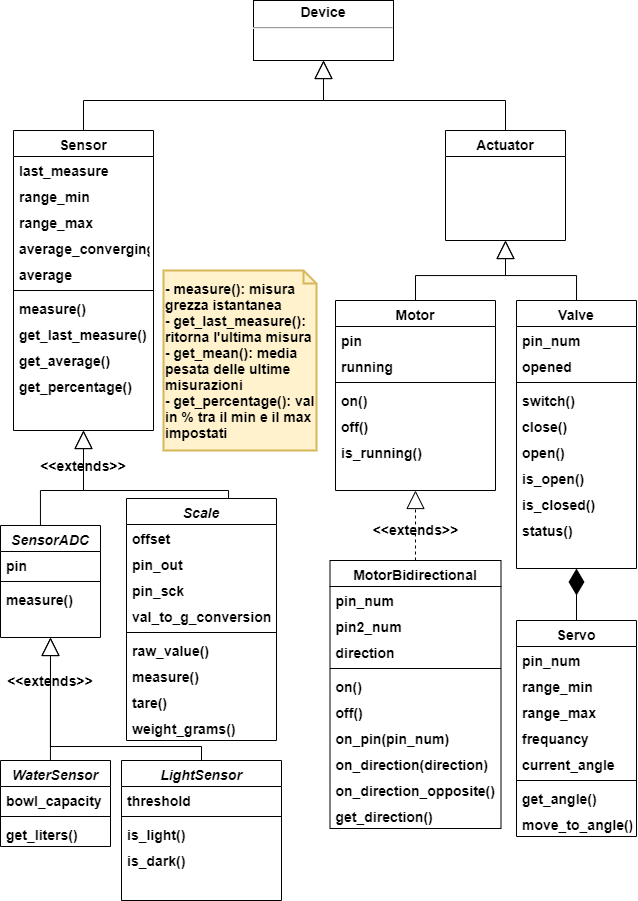
Above: DrawIo/ClassDiagram.png in SmartDogHouse/Report (draw.io), before the change. Source tidied: cells renumbered, new cells last; positions are measured from the earlier drawing's top-left corner, leaving out a move shared by most shapes.
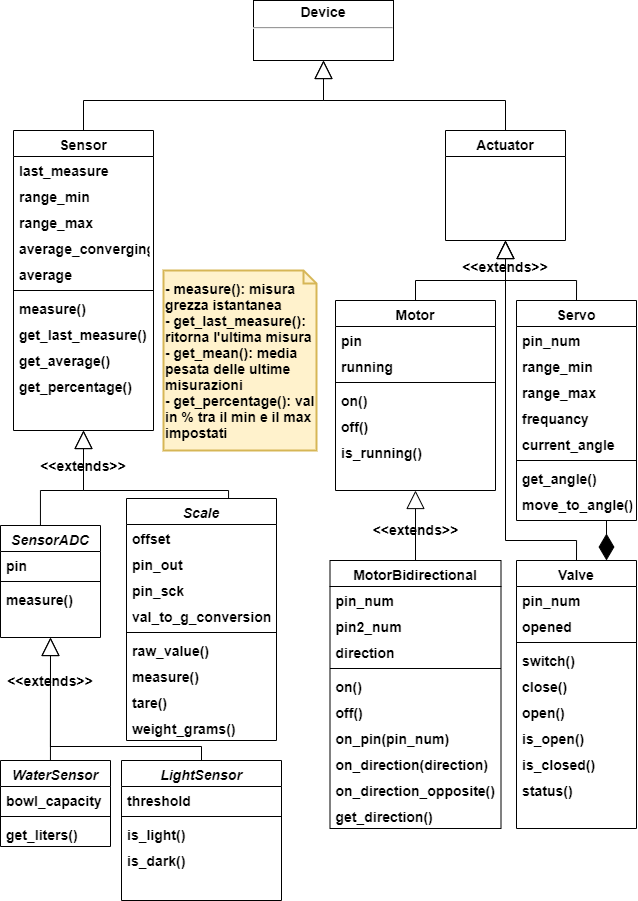
Above is the later version.

The edit, as a diff of the source:
```diff
@@ -26,7 +26,7 @@
       <mxGeometry y="86" width="160" height="26" as="geometry" />
     </mxCell>
     <mxCell id="8" value="Servo" style="swimlane;fontStyle=1;align=center;verticalAlign=top;horizontal=1;startSize=26;rounded=0;shadow=0;strokeWidth=1;fontSize=14;" parent="1" vertex="1">
-      <mxGeometry x="516" y="620" width="120" height="216" as="geometry" />
+      <mxGeometry x="516" y="300" width="120" height="220" as="geometry" />
     </mxCell>
     <mxCell id="9" value="pin_num" style="text;align=left;verticalAlign=top;spacingLeft=4;spacingRight=4;overflow=hidden;fontStyle=1;fontSize=14;" parent="8" vertex="1">
       <mxGeometry y="26" width="120" height="26" as="geometry" />
@@ -203,14 +203,14 @@
     <mxCell id="63" value="&amp;lt;&amp;lt;extends&amp;gt;&amp;gt;" style="text;html=1;align=center;verticalAlign=middle;whiteSpace=wrap;rounded=0;fontStyle=1;fontSize=14;" parent="1" vertex="1">
       <mxGeometry x="38" y="460" width="90" height="9" as="geometry" />
     </mxCell>
-    <mxCell id="64" value="&amp;lt;&amp;lt;extends&amp;gt;&amp;gt;" style="html=1;verticalAlign=bottom;labelBackgroundColor=none;endArrow=block;endFill=0;dashed=1;exitX=0.5;exitY=0;exitDx=0;exitDy=0;entryX=0.5;entryY=1;entryDx=0;entryDy=0;fontStyle=1;fontSize=14;rounded=0;endSize=16;" parent="1" edge="1" source="17" target="28">
+    <mxCell id="64" value="&amp;lt;&amp;lt;extends&amp;gt;&amp;gt;" style="html=1;verticalAlign=bottom;labelBackgroundColor=none;endArrow=block;endFill=0;exitX=0.5;exitY=0;exitDx=0;exitDy=0;entryX=0.5;entryY=1;entryDx=0;entryDy=0;fontStyle=1;fontSize=14;rounded=0;endSize=16;" parent="1" edge="1" source="17" target="28">
       <mxGeometry x="-0.43" relative="1" as="geometry" />
     </mxCell>
     <mxCell id="65" value="Actuator" style="swimlane;fontStyle=1;align=center;verticalAlign=top;horizontal=1;startSize=26;rounded=0;shadow=0;strokeWidth=1;fontSize=14;" parent="1" vertex="1">
       <mxGeometry x="445" y="130" width="120" height="110" as="geometry" />
     </mxCell>
     <mxCell id="66" value="Valve" style="swimlane;fontStyle=1;align=center;verticalAlign=top;horizontal=1;startSize=26;rounded=0;shadow=0;strokeWidth=1;fontSize=14;" parent="1" vertex="1">
-      <mxGeometry x="516" y="300" width="120" height="268" as="geometry" />
+      <mxGeometry x="516" y="560" width="120" height="268" as="geometry" />
     </mxCell>
     <mxCell id="67" value="pin_num" style="text;align=left;verticalAlign=top;spacingLeft=4;spacingRight=4;overflow=hidden;fontStyle=1;fontSize=14;" parent="66" vertex="1">
       <mxGeometry y="26" width="120" height="26" as="geometry" />
@@ -239,7 +239,7 @@
     <mxCell id="75" value="status()" style="text;align=left;verticalAlign=top;spacingLeft=4;spacingRight=4;overflow=hidden;rounded=0;shadow=0;html=0;fontStyle=1;fontSize=14;" parent="66" vertex="1">
       <mxGeometry y="216" width="120" height="26" as="geometry" />
     </mxCell>
-    <mxCell id="76" style="endArrow=diamondThin;endFill=1;endSize=24;html=1;exitX=0.5;exitY=0;exitDx=0;exitDy=0;entryX=0.5;entryY=1;entryDx=0;entryDy=0;fontStyle=1;fontSize=14;" parent="1" edge="1" source="8" target="66">
+    <mxCell id="76" style="endArrow=diamondThin;endFill=1;endSize=24;html=1;entryX=0.75;entryY=0;entryDx=0;entryDy=0;fontStyle=1;fontSize=14;exitX=0.75;exitY=1;exitDx=0;exitDy=0;" parent="1" edge="1" source="8" target="66">
       <mxGeometry relative="1" as="geometry" />
     </mxCell>
     <mxCell id="77" value="&lt;p style=&quot;margin: 4px 0px 0px; text-align: center; font-size: 14px;&quot;&gt;Device&lt;/p&gt;&lt;hr style=&quot;font-size: 14px;&quot;&gt;&lt;div style=&quot;height: 2px; font-size: 14px;&quot;&gt;&lt;/div&gt;" style="verticalAlign=top;align=left;overflow=fill;fontSize=14;fontFamily=Helvetica;html=1;fillColor=#ffffff;fontStyle=1;" parent="1" vertex="1">
@@ -252,10 +252,20 @@
       <mxGeometry relative="1" as="geometry" />
     </mxCell>
     <mxCell id="80" style="edgeStyle=orthogonalEdgeStyle;rounded=0;jettySize=auto;html=1;exitX=0.5;exitY=0;exitDx=0;exitDy=0;endArrow=block;endFill=0;endSize=16;fontStyle=1;fontSize=14;entryX=0.5;entryY=1;entryDx=0;entryDy=0;" parent="1" edge="1" source="66" target="65">
-      <mxGeometry relative="1" as="geometry" />
+      <mxGeometry relative="1" as="geometry">
+        <Array as="points">
+          <mxPoint x="576" y="540" />
+          <mxPoint x="505" y="540" />
+        </Array>
+      </mxGeometry>
     </mxCell>
     <mxCell id="81" style="edgeStyle=orthogonalEdgeStyle;rounded=0;jettySize=auto;html=1;exitX=0.5;exitY=0;exitDx=0;exitDy=0;endArrow=block;endFill=0;endSize=16;entryX=0.5;entryY=1;entryDx=0;entryDy=0;fontStyle=1;fontSize=14;" parent="1" edge="1" source="28" target="65">
-      <mxGeometry relative="1" as="geometry" />
+      <mxGeometry relative="1" as="geometry">
+        <Array as="points">
+          <mxPoint x="415" y="280" />
+          <mxPoint x="505" y="280" />
+        </Array>
+      </mxGeometry>
     </mxCell>
     <mxCell id="82" value="SensorADC" style="swimlane;fontStyle=3;align=center;verticalAlign=top;horizontal=1;startSize=26;rounded=0;shadow=0;strokeWidth=1;fontSize=14;" parent="1" vertex="1">
       <mxGeometry y="525" width="100" height="112" as="geometry" />
@@ -279,5 +289,16 @@
     <mxCell id="87" value="&amp;lt;&amp;lt;extends&amp;gt;&amp;gt;" style="text;html=1;align=center;verticalAlign=middle;whiteSpace=wrap;rounded=0;fontStyle=1;fontSize=14;" parent="1" vertex="1">
       <mxGeometry x="5" y="675.5" width="90" height="9" as="geometry" />
     </mxCell>
+    <mxCell id="88" style="edgeStyle=orthogonalEdgeStyle;rounded=0;jettySize=auto;html=1;exitX=0.5;exitY=0;exitDx=0;exitDy=0;endArrow=block;endFill=0;endSize=16;entryX=0.5;entryY=1;entryDx=0;entryDy=0;fontStyle=1;fontSize=14;" parent="1" edge="1" source="8" target="65">
+      <mxGeometry relative="1" as="geometry">
+        <Array as="points">
+          <mxPoint x="576" y="280" />
+          <mxPoint x="505" y="280" />
+        </Array>
+      </mxGeometry>
+    </mxCell>
+    <mxCell id="89" value="&amp;lt;&amp;lt;extends&amp;gt;&amp;gt;" style="text;html=1;align=center;verticalAlign=middle;whiteSpace=wrap;rounded=0;fontStyle=1;fontSize=14;" parent="1" vertex="1">
+      <mxGeometry x="460" y="261" width="90" height="9" as="geometry" />
+    </mxCell>
   </root>
 </mxGraphModel>
```
